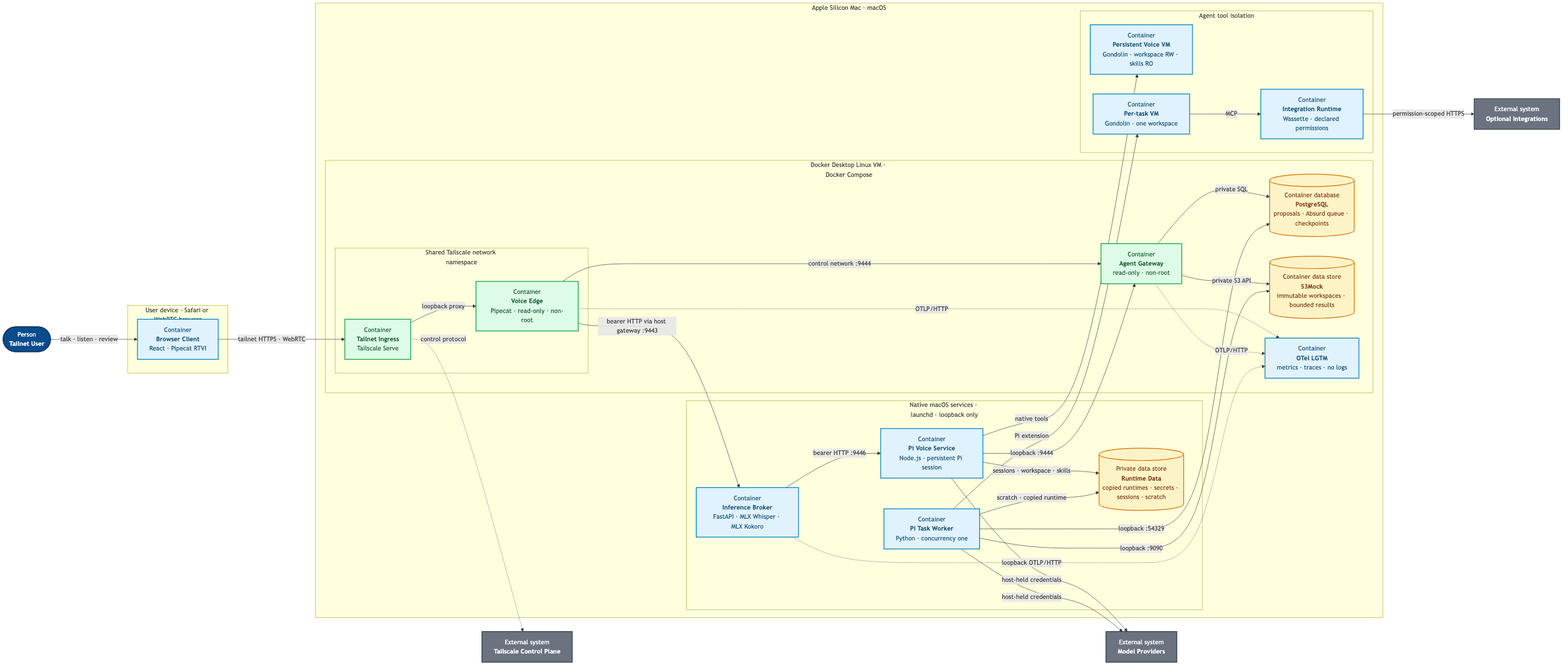
Before: products/voice-agent/docs/architecture/deployment-security.png, a diagram exported from Mermaid (ragavsathish/agent-workload-platform). Its source is kept beside it as products/voice-agent/docs/architecture/deployment-security.mmd.
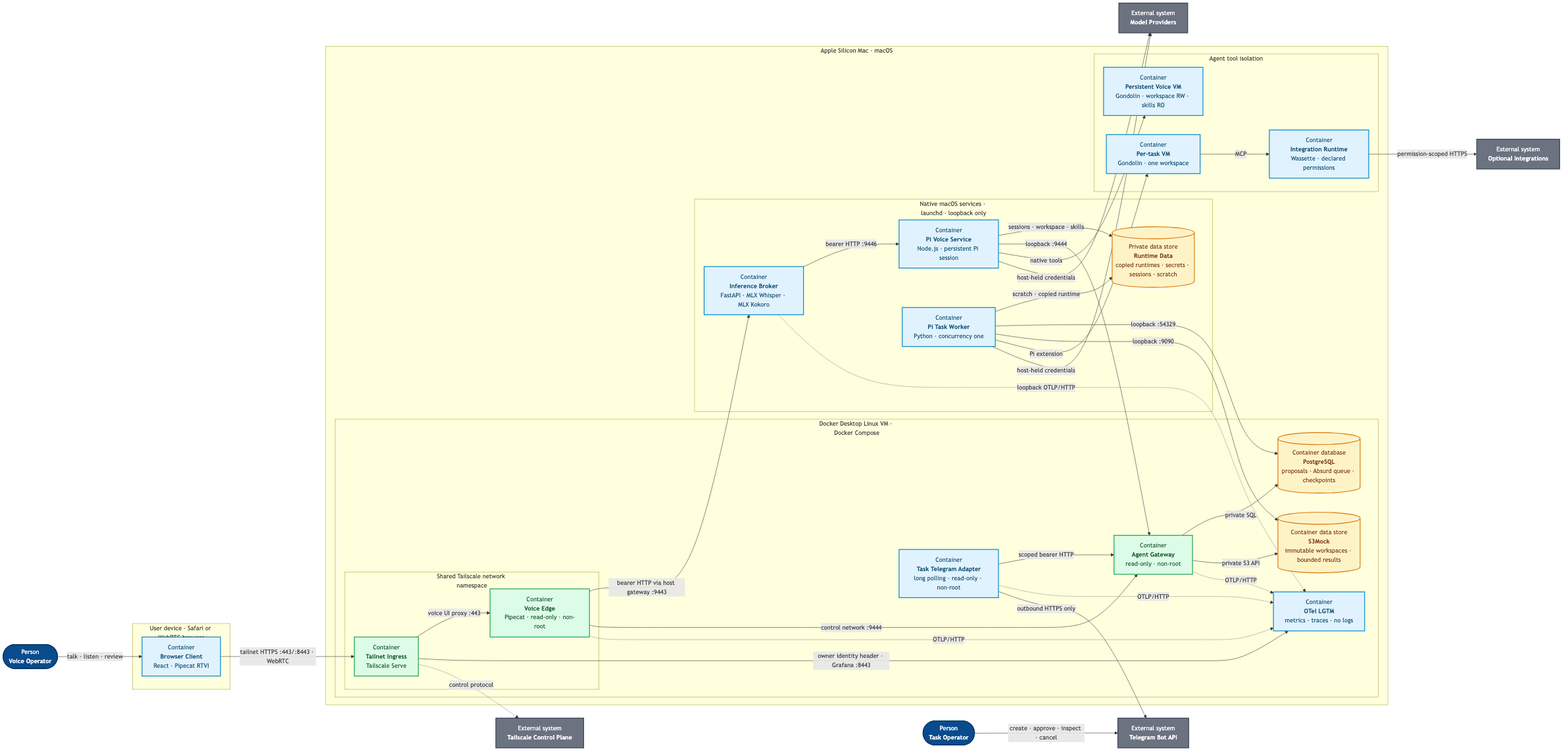
The same file after the commit.

What changed in the source:
```diff
@@ -1,6 +1,8 @@
 flowchart LR
-    USER(["Person<br/><b>Tailnet User</b>"])
+    USER(["Person<br/><b>Voice Operator</b>"])
+    TASK_USER(["Person<br/><b>Task Operator</b>"])
     CONTROL["External system<br/><b>Tailscale Control Plane</b>"]
+    TELEGRAM_API["External system<br/><b>Telegram Bot API</b>"]
     MODELS["External system<br/><b>Model Providers</b>"]
     EXTERNAL["External system<br/><b>Optional Integrations</b>"]
 
@@ -17,14 +19,16 @@
                 direction LR
                 INGRESS["Container<br/><b>Tailnet Ingress</b><br/>Tailscale Serve"]
                 EDGE["Container<br/><b>Voice Edge</b><br/>Pipecat · read-only · non-root"]
-                INGRESS -->|"loopback proxy"| EDGE
+                INGRESS -->|"voice UI proxy :443"| EDGE
             end
             GATEWAY["Container<br/><b>Agent Gateway</b><br/>read-only · non-root"]
+            TELEGRAM["Container<br/><b>Task Telegram Adapter</b><br/>long polling · read-only · non-root"]
             POSTGRES[("Container database<br/><b>PostgreSQL</b><br/>proposals · Absurd queue · checkpoints")]
             S3[("Container data store<br/><b>S3Mock</b><br/>immutable workspaces · bounded results")]
             OTEL["Container<br/><b>OTel LGTM</b><br/>metrics · traces · no logs"]
             GATEWAY -->|"private SQL"| POSTGRES
             GATEWAY -->|"private S3 API"| S3
+            TELEGRAM -->|"scoped bearer HTTP"| GATEWAY
         end
 
         subgraph NATIVE["Native macOS services · launchd · loopback only"]
@@ -55,11 +59,15 @@
         WORKER -->|"Pi extension"| TASK_VM
         EDGE -.->|"OTLP/HTTP"| OTEL
         GATEWAY -.->|"OTLP/HTTP"| OTEL
+        TELEGRAM -.->|"OTLP/HTTP"| OTEL
         BROKER -.->|"loopback OTLP/HTTP"| OTEL
+        INGRESS -->|"owner identity header · Grafana :8443"| OTEL
     end
 
     USER -->|"talk · listen · review"| BROWSER
-    BROWSER -->|"tailnet HTTPS · WebRTC"| INGRESS
+    TASK_USER -->|"create · approve · inspect · cancel"| TELEGRAM_API
+    TELEGRAM -->|"outbound HTTPS only"| TELEGRAM_API
+    BROWSER -->|"tailnet HTTPS :443/:8443 · WebRTC"| INGRESS
     INGRESS -.->|"control protocol"| CONTROL
     PI -->|"host-held credentials"| MODELS
     WORKER -->|"host-held credentials"| MODELS
@@ -70,8 +78,8 @@
     classDef container fill:#e0f2fe,color:#0c4a6e,stroke:#0284c7,stroke-width:2px;
     classDef security fill:#dcfce7,color:#14532d,stroke:#16a34a,stroke-width:2px;
     classDef data fill:#fef3c7,color:#78350f,stroke:#d97706,stroke-width:2px;
-    class USER person;
-    class CONTROL,MODELS,EXTERNAL external;
-    class BROWSER,BROKER,PI,WORKER,VOICE_VM,TASK_VM,WASSETTE,OTEL container;
+    class USER,TASK_USER person;
+    class CONTROL,TELEGRAM_API,MODELS,EXTERNAL external;
+    class BROWSER,TELEGRAM,BROKER,PI,WORKER,VOICE_VM,TASK_VM,WASSETTE,OTEL container;
     class INGRESS,EDGE,GATEWAY security;
     class POSTGRES,S3,RUNTIME data;
```
